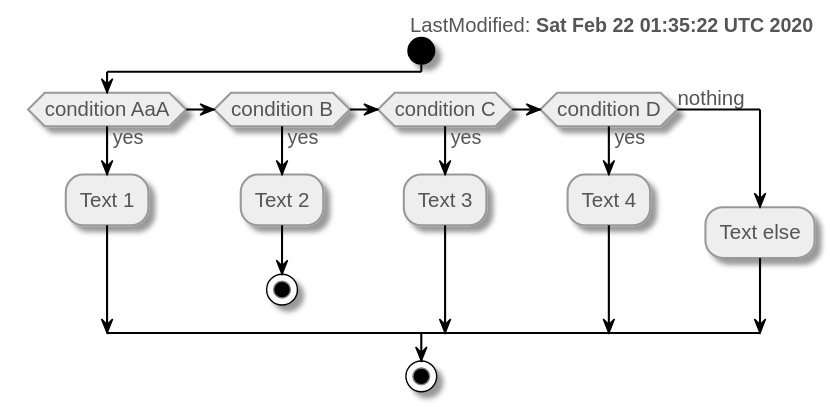
Earlier version of the PlantUML export activity-diagram.svg (mawatari/example-project-uml).
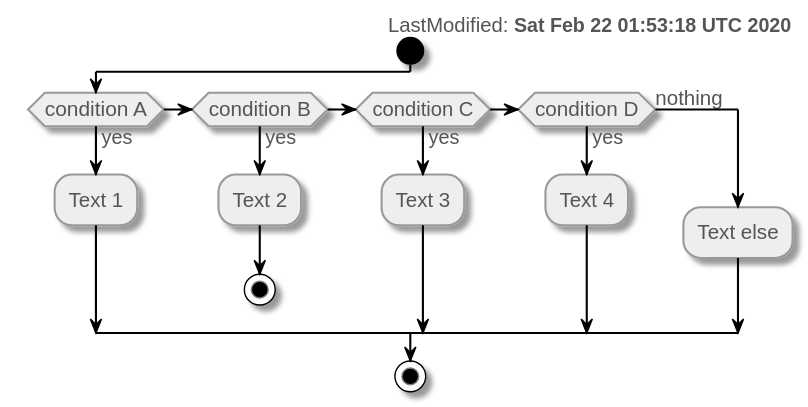
After the commit.

Commit message:
Automatically generated PlantUML images.

Diff of the diagram source:
```diff
@@ -26,10 +26,10 @@
   DiamondBackgroundColor #eeeeee
   DiamondBorderColor #999999
 }
-right header LastModified: <b>Sat Feb 22 01:35:22 UTC 2020</b>
+right header LastModified: <b>Sat Feb 22 01:53:18 UTC 2020</b>
 
 start
-if (condition AaA) then (yes)
+if (condition A) then (yes)
   :Text 1;
 elseif (condition B) then (yes)
   :Text 2;
```
